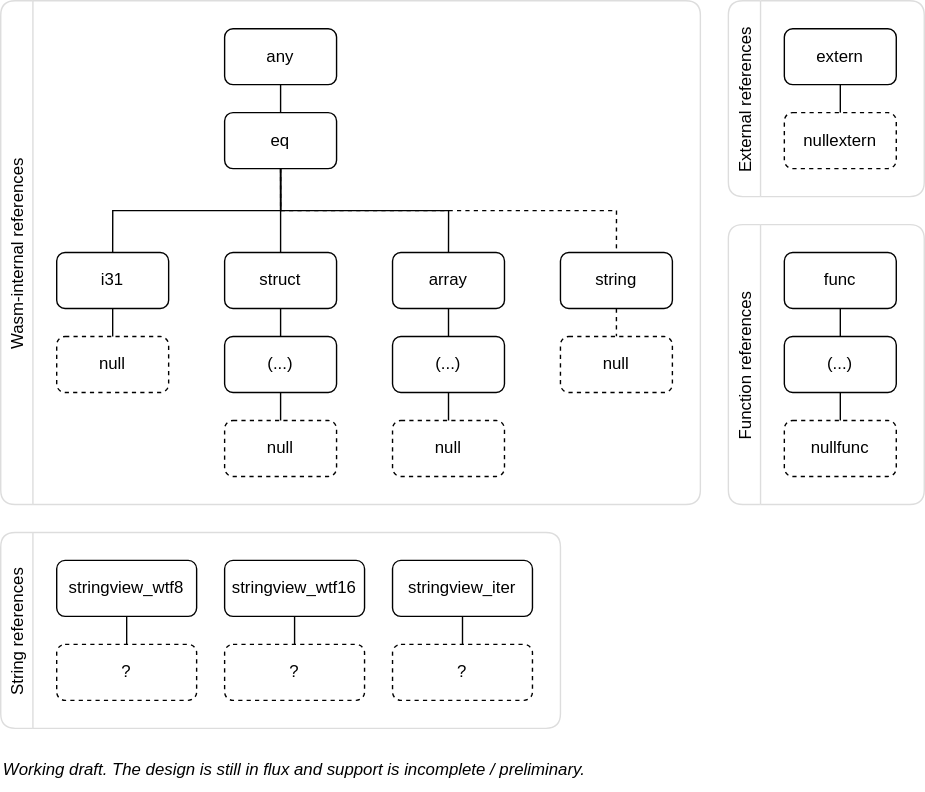
Before: src/.vuepress/public/images/reference-hierarchy.svg, a diagram exported from draw.io (AssemblyScript/website). Source tidied: cells renumbered, new cells last; positions are measured from the earlier drawing's top-left corner, leaving out a move shared by most shapes.
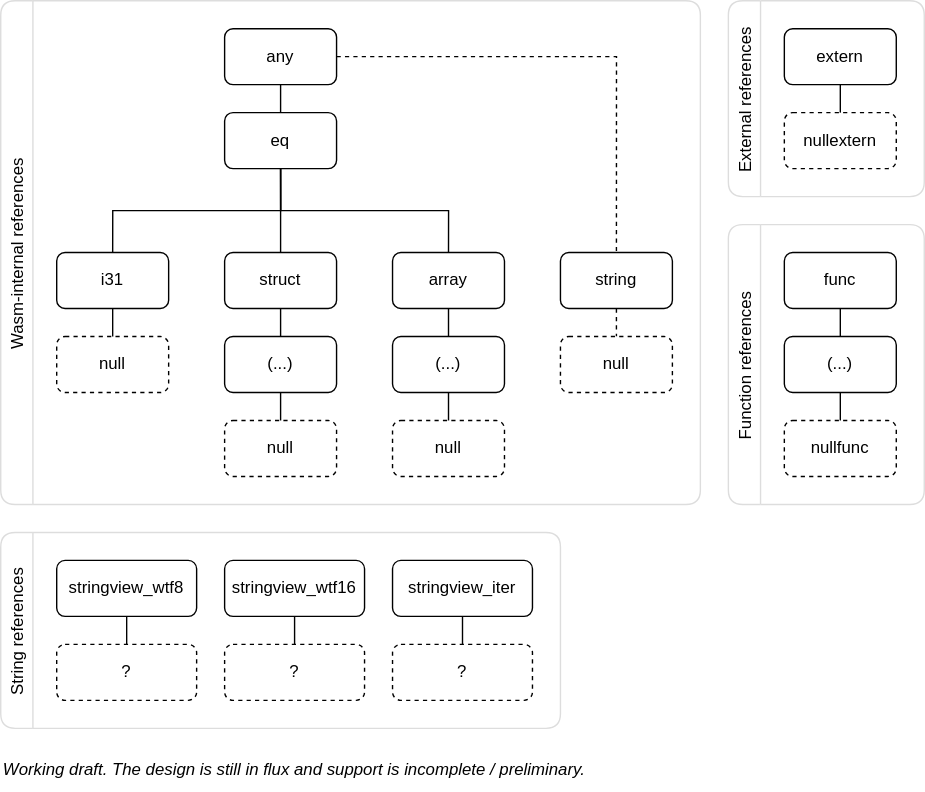
After the commit.

Commit message:
string is subtype of any

Change to the diagram source:
```diff
@@ -8,7 +8,7 @@
     <mxCell id="3" value="any" style="rounded=1;whiteSpace=wrap;html=1;strokeWidth=1;" parent="2" vertex="1">
       <mxGeometry x="160" y="20" width="80" height="40" as="geometry" />
     </mxCell>
-    <mxCell id="4" style="edgeStyle=orthogonalEdgeStyle;rounded=0;jettySize=auto;html=1;exitX=0.5;exitY=1;exitDx=0;exitDy=0;entryX=0.5;entryY=0;entryDx=0;entryDy=0;endArrow=none;endFill=0;dashed=1;" parent="2" edge="1" source="5" target="24">
+    <mxCell id="4" style="edgeStyle=orthogonalEdgeStyle;rounded=0;jettySize=auto;html=1;exitX=1;exitY=0.5;exitDx=0;exitDy=0;entryX=0.5;entryY=0;entryDx=0;entryDy=0;endArrow=none;endFill=0;dashed=1;" parent="2" edge="1" source="3" target="24">
       <mxGeometry relative="1" as="geometry" />
     </mxCell>
     <mxCell id="5" value="eq" style="rounded=1;whiteSpace=wrap;html=1;" parent="2" vertex="1">
```
